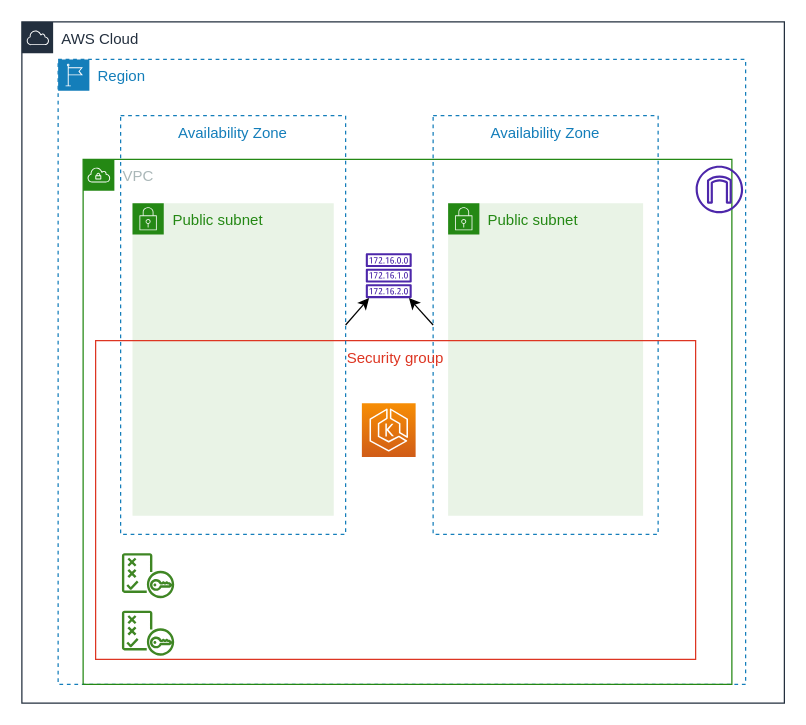
This is classrooms/iac/terraform/docs/deployment.drawio from andrevst/fullcycle-3.0, a draw.io file, before an edit. Source tidied: cells renumbered, new cells numbered last; positions are measured from the earlier drawing's top-left corner, leaving out a move shared by most shapes. Both pictures are drawn from the tidied source at 125%, with x=0, y=0 at pixel (21, 21).
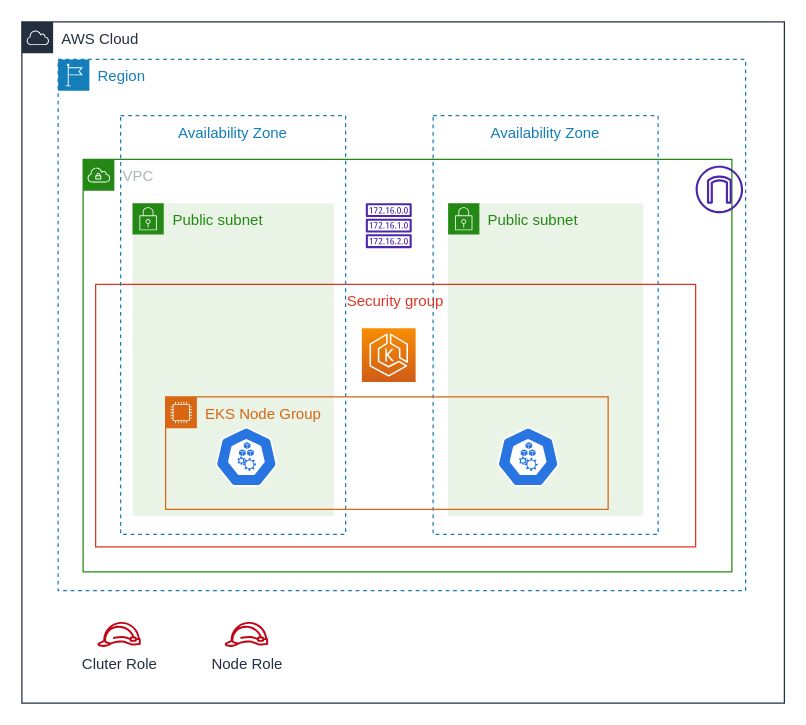
Above is the later version.

The edit, as a diff of the source:
```diff
@@
 <mxGraphModel>
   <root>
     <mxCell id="0" />
     <mxCell id="1" parent="0" />
     <mxCell id="2" value="AWS Cloud" style="gradientColor=none;html=1;whiteSpace=wrap;fontSize=12;fontStyle=0;shape=mxgraph.aws4.group;grIcon=mxgraph.aws4.group_aws_cloud;strokeColor=#232F3E;fillColor=none;verticalAlign=top;align=left;spacingLeft=30;fontColor=#232F3E;dashed=0;" parent="1" vertex="1">
       <mxGeometry width="610" height="545" as="geometry" />
     </mxCell>
     <mxCell id="3" value="Region" style="gradientColor=none;html=1;whiteSpace=wrap;fontSize=12;fontStyle=0;shape=mxgraph.aws4.group;grIcon=mxgraph.aws4.group_region;strokeColor=#147EBA;fillColor=none;verticalAlign=top;align=left;spacingLeft=30;fontColor=#147EBA;dashed=1;" parent="1" vertex="1">
-      <mxGeometry x="29" y="30" width="550" height="500" as="geometry" />
+      <mxGeometry x="29" y="30" width="550" height="425" as="geometry" />
     </mxCell>
     <mxCell id="4" value="Public subnet" style="gradientColor=none;html=1;whiteSpace=wrap;fontSize=12;fontStyle=0;shape=mxgraph.aws4.group;grIcon=mxgraph.aws4.group_security_group;grStroke=0;strokeColor=#248814;fillColor=#E9F3E6;verticalAlign=top;align=left;spacingLeft=30;fontColor=#248814;dashed=0;" parent="3" vertex="1">
       <mxGeometry x="59.5" y="115" width="161" height="250" as="geometry" />
     </mxCell>
     <mxCell id="5" value="Public subnet" style="gradientColor=none;html=1;whiteSpace=wrap;fontSize=12;fontStyle=0;shape=mxgraph.aws4.group;grIcon=mxgraph.aws4.group_security_group;grStroke=0;strokeColor=#248814;fillColor=#E9F3E6;verticalAlign=top;align=left;spacingLeft=30;fontColor=#248814;dashed=0;" parent="3" vertex="1">
       <mxGeometry x="312" y="115" width="156" height="250" as="geometry" />
     </mxCell>
     <mxCell id="6" value="Availability Zone" style="fillColor=none;strokeColor=#147EBA;dashed=1;verticalAlign=top;fontStyle=0;fontColor=#147EBA;" parent="3" vertex="1">
       <mxGeometry x="300" y="45" width="180" height="335" as="geometry" />
     </mxCell>
     <mxCell id="7" value="VPC" style="gradientColor=none;html=1;whiteSpace=wrap;fontSize=12;fontStyle=0;shape=mxgraph.aws4.group;grIcon=mxgraph.aws4.group_vpc;strokeColor=#248814;fillColor=none;verticalAlign=top;align=left;spacingLeft=30;fontColor=#AAB7B8;dashed=0;" parent="3" vertex="1">
-      <mxGeometry x="20" y="80" width="519" height="420" as="geometry" />
+      <mxGeometry x="20" y="80" width="519" height="330" as="geometry" />
     </mxCell>
     <mxCell id="8" style="sketch=0;outlineConnect=0;fontColor=#232F3E;gradientColor=none;fillColor=#4D27AA;strokeColor=none;dashed=0;verticalLabelPosition=bottom;verticalAlign=top;align=center;html=1;fontSize=12;fontStyle=0;shape=mxgraph.aws4.route_table;" parent="7" vertex="1">
-      <mxGeometry x="226" y="75" width="37" height="36" as="geometry" />
+      <mxGeometry x="226" y="35" width="37" height="36" as="geometry" />
     </mxCell>
-    <mxCell id="9" style="sketch=0;fontColor=#232F3E;gradientColor=none;fillColor=#3F8624;strokeColor=none;dashed=0;verticalLabelPosition=bottom;verticalAlign=top;align=center;html=1;fontSize=12;fontStyle=0;shape=mxgraph.aws4.policy;" parent="7" vertex="1">
-      <mxGeometry x="31" y="361" width="41.9" height="36" as="geometry" />
-    </mxCell>
     <mxCell id="10" value="Security group" style="fillColor=none;strokeColor=#DD3522;verticalAlign=top;fontStyle=0;fontColor=#DD3522;" parent="7" vertex="1">
-      <mxGeometry x="10" y="145" width="480" height="255" as="geometry" />
+      <mxGeometry x="10" y="100" width="480" height="210" as="geometry" />
     </mxCell>
-    <mxCell id="11" style="sketch=0;fontColor=#232F3E;gradientColor=none;fillColor=#3F8624;strokeColor=none;dashed=0;verticalLabelPosition=bottom;verticalAlign=top;align=center;html=1;fontSize=12;fontStyle=0;shape=mxgraph.aws4.policy;" parent="7" vertex="1">
-      <mxGeometry x="31" y="315" width="41.9" height="36" as="geometry" />
-    </mxCell>
     <mxCell id="12" style="sketch=0;fontColor=#232F3E;gradientColor=none;fillColor=#4D27AA;strokeColor=none;dashed=0;verticalLabelPosition=bottom;verticalAlign=top;align=center;html=1;fontSize=12;fontStyle=0;shape=mxgraph.aws4.internet_gateway;" parent="7" vertex="1">
       <mxGeometry x="490" y="5" width="38" height="38" as="geometry" />
     </mxCell>
     <mxCell id="13" style="sketch=0;fontColor=#232F3E;gradientColor=#F78E04;gradientDirection=north;fillColor=#D05C17;strokeColor=#ffffff;dashed=0;verticalLabelPosition=bottom;verticalAlign=top;align=center;html=1;fontSize=12;fontStyle=0;shape=mxgraph.aws4.resourceIcon;resIcon=mxgraph.aws4.eks;" parent="7" vertex="1">
-      <mxGeometry x="223" y="195" width="43" height="43" as="geometry" />
+      <mxGeometry x="223" y="135" width="43" height="43" as="geometry" />
     </mxCell>
-    <mxCell id="14" style="edgeStyle=none;html=1;entryX=1;entryY=0.5;entryDx=0;entryDy=0;endArrow=none;endFill=0;startArrow=classic;startFill=1;" parent="3" edge="1" source="8" target="15">
-      <mxGeometry relative="1" as="geometry" />
-    </mxCell>
     <mxCell id="15" value="Availability Zone" style="fillColor=none;strokeColor=#147EBA;dashed=1;verticalAlign=top;fontStyle=0;fontColor=#147EBA;" parent="3" vertex="1">
       <mxGeometry x="50" y="45" width="180" height="335" as="geometry" />
     </mxCell>
-    <mxCell id="16" style="edgeStyle=none;html=1;entryX=0;entryY=0.5;entryDx=0;entryDy=0;endArrow=none;endFill=0;startArrow=classic;startFill=1;" parent="3" edge="1" source="8" target="6">
-      <mxGeometry relative="1" as="geometry" />
-    </mxCell>
+    <mxCell id="17" value="EKS Node Group" style="gradientColor=none;html=1;whiteSpace=wrap;fontSize=12;fontStyle=0;shape=mxgraph.aws4.group;grIcon=mxgraph.aws4.group_ec2_instance_contents;strokeColor=#D86613;fillColor=none;verticalAlign=top;align=left;spacingLeft=30;fontColor=#D86613;dashed=0;" parent="3" vertex="1">
+      <mxGeometry x="86" y="270" width="354" height="90" as="geometry" />
+    </mxCell>
+    <mxCell id="18" style="sketch=0;html=1;dashed=0;whitespace=wrap;fillColor=#2875E2;strokeColor=#ffffff;verticalLabelPosition=bottom;align=center;verticalAlign=top;shape=mxgraph.kubernetes.icon;prIcon=node;" parent="17" vertex="1">
+      <mxGeometry x="265" y="24" width="50" height="48" as="geometry" />
+    </mxCell>
+    <mxCell id="19" style="sketch=0;html=1;dashed=0;whitespace=wrap;fillColor=#2875E2;strokeColor=#ffffff;verticalLabelPosition=bottom;align=center;verticalAlign=top;shape=mxgraph.kubernetes.icon;prIcon=node;" parent="17" vertex="1">
+      <mxGeometry x="39.6" y="24" width="50" height="48" as="geometry" />
+    </mxCell>
+    <mxCell id="20" value="Cluter Role" style="sketch=0;fontColor=#232F3E;gradientColor=none;fillColor=#BF0816;strokeColor=none;dashed=0;verticalLabelPosition=bottom;verticalAlign=top;align=center;html=1;fontSize=12;fontStyle=0;shape=mxgraph.aws4.role;" parent="1" vertex="1">
+      <mxGeometry x="60" y="480" width="35.5" height="20" as="geometry" />
+    </mxCell>
+    <mxCell id="21" value="Node Role" style="sketch=0;fontColor=#232F3E;gradientColor=none;fillColor=#BF0816;strokeColor=none;dashed=0;verticalLabelPosition=bottom;verticalAlign=top;align=center;html=1;fontSize=12;fontStyle=0;shape=mxgraph.aws4.role;" parent="1" vertex="1">
+      <mxGeometry x="161.9" y="480" width="35.5" height="20" as="geometry" />
+    </mxCell>
   </root>
 </mxGraphModel>
```
